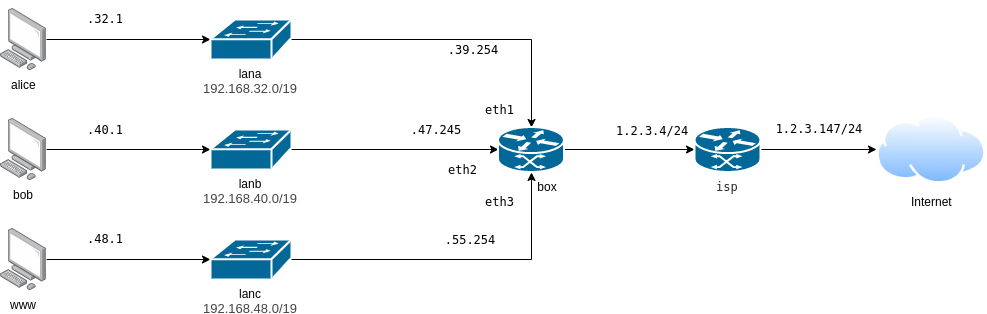
This is labdev.png from Ayce45/labdev, a draw.io export, as it was before one commit. Source tidied: cells renumbered, new cells last; positions are measured from the earlier drawing's top-left corner, leaving out a move shared by most shapes. Its diagram source:
```xml
<mxGraphModel background="#ffffff">
  <root>
    <mxCell id="0" />
    <mxCell id="1" parent="0" />
    <mxCell id="2" style="edgeStyle=orthogonalEdgeStyle;rounded=0;jettySize=auto;html=1;entryX=0;entryY=0.5;entryDx=0;entryDy=0;entryPerimeter=0;" parent="1" edge="1" source="3" target="5">
      <mxGeometry relative="1" as="geometry" />
    </mxCell>
    <mxCell id="3" value="alice" style="points=[];html=1;align=center;shadow=0;dashed=0;image;image=img/lib/allied_telesis/computer_and_terminals/Personal_Computer.svg;" parent="1" vertex="1">
      <mxGeometry width="46" height="62" as="geometry" />
    </mxCell>
    <mxCell id="4" style="edgeStyle=orthogonalEdgeStyle;rounded=0;jettySize=auto;html=1;entryX=0.5;entryY=0;entryDx=0;entryDy=0;entryPerimeter=0;" parent="1" edge="1" source="5" target="15">
      <mxGeometry relative="1" as="geometry" />
    </mxCell>
    <mxCell id="5" value="lana&lt;br&gt;&lt;span style=&quot;color: rgb(68 , 68 , 68) ; font-family: , &amp;#34;arial&amp;#34; , &amp;#34;helvetica&amp;#34; , sans-serif ; font-size: 13px ; white-space: normal ; background-color: rgb(255 , 255 , 255)&quot;&gt;192.168.32.0/19&lt;/span&gt;" style="shape=mxgraph.cisco.switches.workgroup_switch;html=1;dashed=0;fillColor=#036897;strokeColor=#ffffff;strokeWidth=2;verticalLabelPosition=bottom;verticalAlign=top;align=center;outlineConnect=0;" parent="1" vertex="1">
      <mxGeometry x="210" y="11" width="81" height="40" as="geometry" />
    </mxCell>
    <mxCell id="6" style="edgeStyle=orthogonalEdgeStyle;rounded=0;jettySize=auto;html=1;entryX=0;entryY=0.5;entryDx=0;entryDy=0;entryPerimeter=0;" parent="1" edge="1" source="7" target="9">
      <mxGeometry relative="1" as="geometry" />
    </mxCell>
    <mxCell id="7" value="bob" style="points=[];html=1;align=center;shadow=0;dashed=0;image;image=img/lib/allied_telesis/computer_and_terminals/Personal_Computer.svg;" parent="1" vertex="1">
      <mxGeometry y="110" width="46" height="62" as="geometry" />
    </mxCell>
    <mxCell id="8" style="edgeStyle=orthogonalEdgeStyle;rounded=0;jettySize=auto;html=1;entryX=0;entryY=0.5;entryDx=0;entryDy=0;entryPerimeter=0;" parent="1" edge="1" source="9" target="15">
      <mxGeometry relative="1" as="geometry" />
    </mxCell>
    <mxCell id="9" value="lanb&lt;br&gt;&lt;span style=&quot;color: rgb(68 , 68 , 68) ; font-family: , &amp;#34;arial&amp;#34; , &amp;#34;helvetica&amp;#34; , sans-serif ; font-size: 13px ; white-space: normal ; background-color: rgb(255 , 255 , 255)&quot;&gt;192.168.40.0/19&lt;/span&gt;" style="shape=mxgraph.cisco.switches.workgroup_switch;html=1;dashed=0;fillColor=#036897;strokeColor=#ffffff;strokeWidth=2;verticalLabelPosition=bottom;verticalAlign=top;align=center;outlineConnect=0;" parent="1" vertex="1">
      <mxGeometry x="210" y="121" width="81" height="40" as="geometry" />
    </mxCell>
    <mxCell id="10" style="edgeStyle=orthogonalEdgeStyle;rounded=0;jettySize=auto;html=1;entryX=0;entryY=0.5;entryDx=0;entryDy=0;entryPerimeter=0;" parent="1" edge="1" source="11" target="13">
      <mxGeometry relative="1" as="geometry" />
    </mxCell>
    <mxCell id="11" value="www" style="points=[];html=1;align=center;shadow=0;dashed=0;image;image=img/lib/allied_telesis/computer_and_terminals/Personal_Computer.svg;" parent="1" vertex="1">
      <mxGeometry y="220" width="46" height="62" as="geometry" />
    </mxCell>
    <mxCell id="12" style="edgeStyle=orthogonalEdgeStyle;rounded=0;jettySize=auto;html=1;entryX=0.5;entryY=1;entryDx=0;entryDy=0;entryPerimeter=0;" parent="1" edge="1" source="13" target="15">
      <mxGeometry relative="1" as="geometry" />
    </mxCell>
    <mxCell id="13" value="lanc&lt;br&gt;&lt;span style=&quot;color: rgb(68 , 68 , 68) ; font-family: , &amp;#34;arial&amp;#34; , &amp;#34;helvetica&amp;#34; , sans-serif ; font-size: 13px ; white-space: normal ; background-color: rgb(255 , 255 , 255)&quot;&gt;192.168.48.0/19&lt;/span&gt;" style="shape=mxgraph.cisco.switches.workgroup_switch;html=1;dashed=0;fillColor=#036897;strokeColor=#ffffff;strokeWidth=2;verticalLabelPosition=bottom;verticalAlign=top;align=center;outlineConnect=0;" parent="1" vertex="1">
      <mxGeometry x="210" y="231" width="81" height="40" as="geometry" />
    </mxCell>
    <mxCell id="14" style="edgeStyle=orthogonalEdgeStyle;rounded=0;jettySize=auto;html=1;" parent="1" edge="1" source="15" target="17">
      <mxGeometry relative="1" as="geometry" />
    </mxCell>
    <mxCell id="15" value="&amp;nbsp; &amp;nbsp; &amp;nbsp; &amp;nbsp; &amp;nbsp; box" style="shape=mxgraph.cisco.routers.atm_router;html=1;dashed=0;fillColor=#036897;strokeColor=#ffffff;strokeWidth=2;verticalLabelPosition=bottom;verticalAlign=top;align=center;outlineConnect=0;" parent="1" vertex="1">
      <mxGeometry x="497.5" y="118.5" width="66" height="45" as="geometry" />
    </mxCell>
    <mxCell id="16" style="edgeStyle=orthogonalEdgeStyle;rounded=0;jettySize=auto;html=1;" parent="1" edge="1" source="17" target="28">
      <mxGeometry relative="1" as="geometry" />
    </mxCell>
    <mxCell id="17" value="&lt;pre style=&quot;box-sizing: border-box ; font-family: , &amp;#34;consolas&amp;#34; , &amp;#34;liberation mono&amp;#34; , &amp;#34;menlo&amp;#34; , monospace ; margin-top: 0px ; margin-bottom: 0px ; color: rgb(36 , 41 , 46) ; background-color: rgb(255 , 255 , 255) ; white-space: pre-wrap&quot;&gt;isp&lt;/pre&gt;" style="shape=mxgraph.cisco.routers.atm_router;html=1;dashed=0;fillColor=#036897;strokeColor=#ffffff;strokeWidth=2;verticalLabelPosition=bottom;verticalAlign=top;align=center;outlineConnect=0;" parent="1" vertex="1">
      <mxGeometry x="694" y="118.5" width="66" height="45" as="geometry" />
    </mxCell>
    <mxCell id="18" value="&lt;p style=&quot;overflow-wrap: break-word ; white-space: pre-wrap&quot;&gt;&lt;font face=&quot;monospace&quot;&gt;1.2.3.147/24&lt;/font&gt;&lt;/p&gt;" style="text;html=1;strokeColor=none;fillColor=none;align=center;verticalAlign=middle;whiteSpace=wrap;rounded=0;" parent="1" vertex="1">
      <mxGeometry x="760" y="110" width="116" height="20" as="geometry" />
    </mxCell>
    <mxCell id="19" value="&lt;pre style=&quot;overflow-wrap: break-word ; white-space: pre-wrap&quot;&gt;.39.254&lt;/pre&gt;" style="text;html=1;strokeColor=none;fillColor=none;align=center;verticalAlign=middle;whiteSpace=wrap;rounded=0;" parent="1" vertex="1">
      <mxGeometry x="413.5" y="31" width="116" height="20" as="geometry" />
    </mxCell>
    <mxCell id="20" value="&lt;pre style=&quot;overflow-wrap: break-word ; white-space: pre-wrap&quot;&gt;.47.245&lt;/pre&gt;" style="text;html=1;strokeColor=none;fillColor=none;align=center;verticalAlign=middle;whiteSpace=wrap;rounded=0;" parent="1" vertex="1">
      <mxGeometry x="376.5" y="111" width="116" height="20" as="geometry" />
    </mxCell>
    <mxCell id="21" value="&lt;pre style=&quot;overflow-wrap: break-word ; white-space: pre-wrap&quot;&gt;.55.254&lt;/pre&gt;" style="text;html=1;strokeColor=none;fillColor=none;align=center;verticalAlign=middle;whiteSpace=wrap;rounded=0;" parent="1" vertex="1">
      <mxGeometry x="410.5" y="221" width="116" height="20" as="geometry" />
    </mxCell>
    <mxCell id="22" value="&lt;pre style=&quot;overflow-wrap: break-word ; white-space: pre-wrap&quot;&gt;eth1&lt;/pre&gt;" style="text;html=1;strokeColor=none;fillColor=none;align=center;verticalAlign=middle;whiteSpace=wrap;rounded=0;" parent="1" vertex="1">
      <mxGeometry x="468.5" y="91" width="61" height="20" as="geometry" />
    </mxCell>
    <mxCell id="23" value="&lt;pre style=&quot;overflow-wrap: break-word ; white-space: pre-wrap&quot;&gt;.32.1&lt;/pre&gt;" style="text;html=1;strokeColor=none;fillColor=none;align=center;verticalAlign=middle;whiteSpace=wrap;rounded=0;" parent="1" vertex="1">
      <mxGeometry x="46" width="116" height="20" as="geometry" />
    </mxCell>
    <mxCell id="24" value="&lt;pre style=&quot;overflow-wrap: break-word ; white-space: pre-wrap&quot;&gt;.40.1&lt;/pre&gt;" style="text;html=1;strokeColor=none;fillColor=none;align=center;verticalAlign=middle;whiteSpace=wrap;rounded=0;" parent="1" vertex="1">
      <mxGeometry x="46" y="111" width="116" height="20" as="geometry" />
    </mxCell>
    <mxCell id="25" value="&lt;pre style=&quot;overflow-wrap: break-word ; white-space: pre-wrap&quot;&gt;.48.1&lt;/pre&gt;" style="text;html=1;strokeColor=none;fillColor=none;align=center;verticalAlign=middle;whiteSpace=wrap;rounded=0;" parent="1" vertex="1">
      <mxGeometry x="46" y="220" width="116" height="20" as="geometry" />
    </mxCell>
    <mxCell id="26" value="&lt;pre style=&quot;overflow-wrap: break-word ; white-space: pre-wrap&quot;&gt;eth2&lt;/pre&gt;" style="text;html=1;strokeColor=none;fillColor=none;align=center;verticalAlign=middle;whiteSpace=wrap;rounded=0;" parent="1" vertex="1">
      <mxGeometry x="431.5" y="151" width="61" height="20" as="geometry" />
    </mxCell>
    <mxCell id="27" value="&lt;pre style=&quot;overflow-wrap: break-word ; white-space: pre-wrap&quot;&gt;eth3&lt;/pre&gt;" style="text;html=1;strokeColor=none;fillColor=none;align=center;verticalAlign=middle;whiteSpace=wrap;rounded=0;" parent="1" vertex="1">
      <mxGeometry x="468.5" y="183" width="61" height="20" as="geometry" />
    </mxCell>
    <mxCell id="28" value="Internet" style="perimeter=ellipsePerimeter;html=1;align=center;shadow=0;dashed=0;spacingTop=3;image;image=img/lib/active_directory/internet_cloud.svg;" parent="1" vertex="1">
      <mxGeometry x="876" y="106.5" width="110" height="69" as="geometry" />
    </mxCell>
    <mxCell id="29" value="1.2.3.4/24" style="text;html=1;fontFamily=monospace;" parent="1" vertex="1">
      <mxGeometry x="614" y="108.5" width="80" height="20" as="geometry" />
    </mxCell>
  </root>
</mxGraphModel>
```
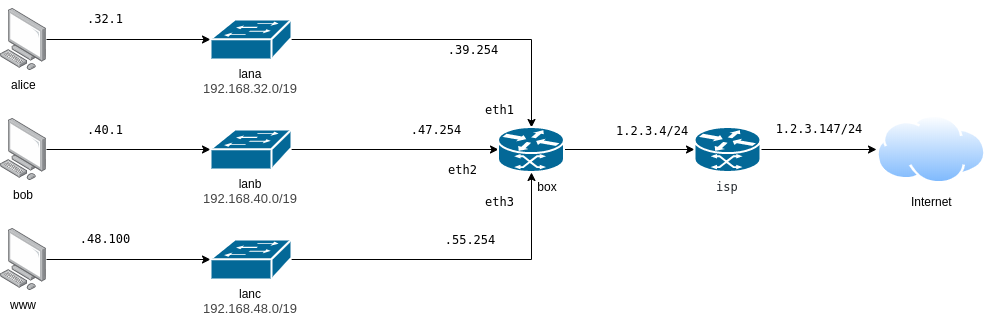
After the commit.

Change to the diagram source:
```diff
@@ -56,7 +56,7 @@
     <mxCell id="19" value="&lt;pre style=&quot;overflow-wrap: break-word ; white-space: pre-wrap&quot;&gt;.39.254&lt;/pre&gt;" style="text;html=1;strokeColor=none;fillColor=none;align=center;verticalAlign=middle;whiteSpace=wrap;rounded=0;" parent="1" vertex="1">
       <mxGeometry x="413.5" y="31" width="116" height="20" as="geometry" />
     </mxCell>
-    <mxCell id="20" value="&lt;pre style=&quot;overflow-wrap: break-word ; white-space: pre-wrap&quot;&gt;.47.245&lt;/pre&gt;" style="text;html=1;strokeColor=none;fillColor=none;align=center;verticalAlign=middle;whiteSpace=wrap;rounded=0;" parent="1" vertex="1">
+    <mxCell id="20" value="&lt;pre style=&quot;overflow-wrap: break-word ; white-space: pre-wrap&quot;&gt;.47.254&lt;/pre&gt;" style="text;html=1;strokeColor=none;fillColor=none;align=center;verticalAlign=middle;whiteSpace=wrap;rounded=0;" parent="1" vertex="1">
       <mxGeometry x="376.5" y="111" width="116" height="20" as="geometry" />
     </mxCell>
     <mxCell id="21" value="&lt;pre style=&quot;overflow-wrap: break-word ; white-space: pre-wrap&quot;&gt;.55.254&lt;/pre&gt;" style="text;html=1;strokeColor=none;fillColor=none;align=center;verticalAlign=middle;whiteSpace=wrap;rounded=0;" parent="1" vertex="1">
@@ -71,7 +71,7 @@
     <mxCell id="24" value="&lt;pre style=&quot;overflow-wrap: break-word ; white-space: pre-wrap&quot;&gt;.40.1&lt;/pre&gt;" style="text;html=1;strokeColor=none;fillColor=none;align=center;verticalAlign=middle;whiteSpace=wrap;rounded=0;" parent="1" vertex="1">
       <mxGeometry x="46" y="111" width="116" height="20" as="geometry" />
     </mxCell>
-    <mxCell id="25" value="&lt;pre style=&quot;overflow-wrap: break-word ; white-space: pre-wrap&quot;&gt;.48.1&lt;/pre&gt;" style="text;html=1;strokeColor=none;fillColor=none;align=center;verticalAlign=middle;whiteSpace=wrap;rounded=0;" parent="1" vertex="1">
+    <mxCell id="25" value="&lt;pre style=&quot;overflow-wrap: break-word ; white-space: pre-wrap&quot;&gt;.48.100&lt;/pre&gt;" style="text;html=1;strokeColor=none;fillColor=none;align=center;verticalAlign=middle;whiteSpace=wrap;rounded=0;" parent="1" vertex="1">
       <mxGeometry x="46" y="220" width="116" height="20" as="geometry" />
     </mxCell>
     <mxCell id="26" value="&lt;pre style=&quot;overflow-wrap: break-word ; white-space: pre-wrap&quot;&gt;eth2&lt;/pre&gt;" style="text;html=1;strokeColor=none;fillColor=none;align=center;verticalAlign=middle;whiteSpace=wrap;rounded=0;" parent="1" vertex="1">
```
